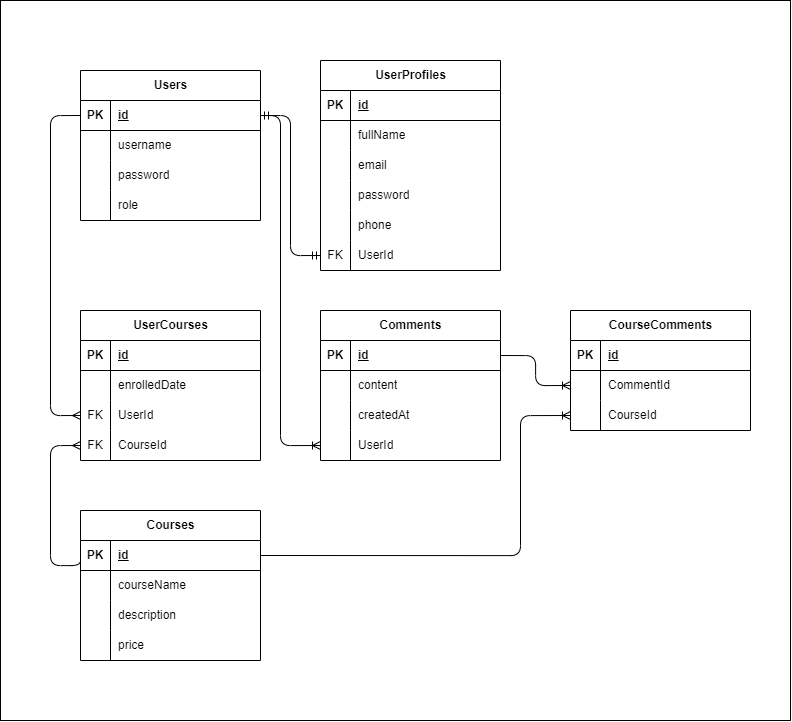
Before: erd.drawio.png, a diagram exported from draw.io (yoppp11/Hektip). Source tidied: cells renumbered, new cells last; positions are measured from the earlier drawing's top-left corner, leaving out a move shared by most shapes.
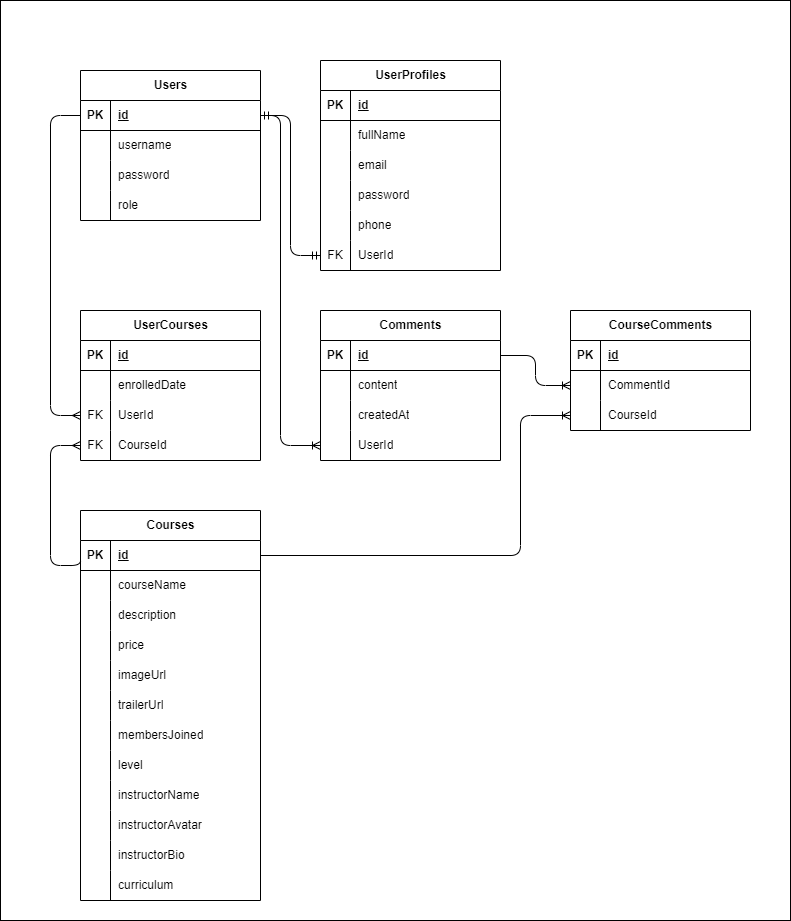
The same file after the commit.

Change to the diagram source:
```diff
@@ -3,7 +3,7 @@
     <mxCell id="0" />
     <mxCell id="1" parent="0" />
     <mxCell id="2" style="rounded=0;whiteSpace=wrap;html=1;" parent="1" vertex="1">
-      <mxGeometry width="790" height="720" as="geometry" />
+      <mxGeometry width="790" height="920" as="geometry" />
     </mxCell>
     <mxCell id="3" value="Users" style="shape=table;startSize=30;rowLines=0;fontStyle=1;align=center;html=1;" parent="1" vertex="1">
       <mxGeometry x="80" y="70" width="180" height="150" as="geometry" />
@@ -87,7 +87,7 @@
       <mxGeometry x="30" width="150" height="30" as="geometry" />
     </mxCell>
     <mxCell id="30" value="Courses" style="shape=table;startSize=30;rowLines=0;fontStyle=1;align=center;html=1;" parent="1" vertex="1">
-      <mxGeometry x="80" y="510" width="180" height="150" as="geometry" />
+      <mxGeometry x="80" y="510" width="180" height="390" as="geometry" />
     </mxCell>
     <mxCell id="31" style="shape=tableRow;horizontal=0;startSize=0;swimlaneHead=0;swimlaneBody=0;fillColor=none;points=[[0,0.5],[1,0.5]];portConstraint=eastwest;top=0;left=0;right=0;bottom=1;" parent="30" vertex="1">
       <mxGeometry y="30" width="180" height="30" as="geometry" />
@@ -125,6 +125,78 @@
     <mxCell id="42" value="price" style="shape=partialRectangle;fillColor=none;top=0;left=0;bottom=0;right=0;align=left;spacingLeft=6;overflow=hidden;whiteSpace=wrap;html=1;" parent="40" vertex="1">
       <mxGeometry x="30" width="150" height="30" as="geometry" />
     </mxCell>
+    <mxCell id="90" style="shape=tableRow;horizontal=0;startSize=0;swimlaneHead=0;swimlaneBody=0;fillColor=none;top=0;left=0;right=0;bottom=0;" parent="30" vertex="1">
+      <mxGeometry y="150" width="180" height="30" as="geometry" />
+    </mxCell>
+    <mxCell id="91" style="shape=partialRectangle;fillColor=none;top=0;left=0;bottom=0;right=0;overflow=hidden;whiteSpace=wrap;html=1;" parent="90" vertex="1">
+      <mxGeometry width="30" height="30" as="geometry" />
+    </mxCell>
+    <mxCell id="92" value="imageUrl" style="shape=partialRectangle;fillColor=none;top=0;left=0;bottom=0;right=0;align=left;spacingLeft=6;overflow=hidden;whiteSpace=wrap;html=1;" parent="90" vertex="1">
+      <mxGeometry x="30" width="150" height="30" as="geometry" />
+    </mxCell>
+    <mxCell id="93" style="shape=tableRow;horizontal=0;startSize=0;swimlaneHead=0;swimlaneBody=0;fillColor=none;top=0;left=0;right=0;bottom=0;" parent="30" vertex="1">
+      <mxGeometry y="180" width="180" height="30" as="geometry" />
+    </mxCell>
+    <mxCell id="94" style="shape=partialRectangle;fillColor=none;top=0;left=0;bottom=0;right=0;overflow=hidden;whiteSpace=wrap;html=1;" parent="93" vertex="1">
+      <mxGeometry width="30" height="30" as="geometry" />
+    </mxCell>
+    <mxCell id="95" value="trailerUrl" style="shape=partialRectangle;fillColor=none;top=0;left=0;bottom=0;right=0;align=left;spacingLeft=6;overflow=hidden;whiteSpace=wrap;html=1;" parent="93" vertex="1">
+      <mxGeometry x="30" width="150" height="30" as="geometry" />
+    </mxCell>
+    <mxCell id="96" style="shape=tableRow;horizontal=0;startSize=0;swimlaneHead=0;swimlaneBody=0;fillColor=none;top=0;left=0;right=0;bottom=0;" parent="30" vertex="1">
+      <mxGeometry y="210" width="180" height="30" as="geometry" />
+    </mxCell>
+    <mxCell id="97" style="shape=partialRectangle;fillColor=none;top=0;left=0;bottom=0;right=0;overflow=hidden;whiteSpace=wrap;html=1;" parent="96" vertex="1">
+      <mxGeometry width="30" height="30" as="geometry" />
+    </mxCell>
+    <mxCell id="98" value="membersJoined" style="shape=partialRectangle;fillColor=none;top=0;left=0;bottom=0;right=0;align=left;spacingLeft=6;overflow=hidden;whiteSpace=wrap;html=1;" parent="96" vertex="1">
+      <mxGeometry x="30" width="150" height="30" as="geometry" />
+    </mxCell>
+    <mxCell id="99" style="shape=tableRow;horizontal=0;startSize=0;swimlaneHead=0;swimlaneBody=0;fillColor=none;top=0;left=0;right=0;bottom=0;" parent="30" vertex="1">
+      <mxGeometry y="240" width="180" height="30" as="geometry" />
+    </mxCell>
+    <mxCell id="100" style="shape=partialRectangle;fillColor=none;top=0;left=0;bottom=0;right=0;overflow=hidden;whiteSpace=wrap;html=1;" parent="99" vertex="1">
+      <mxGeometry width="30" height="30" as="geometry" />
+    </mxCell>
+    <mxCell id="101" value="level" style="shape=partialRectangle;fillColor=none;top=0;left=0;bottom=0;right=0;align=left;spacingLeft=6;overflow=hidden;whiteSpace=wrap;html=1;" parent="99" vertex="1">
+      <mxGeometry x="30" width="150" height="30" as="geometry" />
+    </mxCell>
+    <mxCell id="102" style="shape=tableRow;horizontal=0;startSize=0;swimlaneHead=0;swimlaneBody=0;fillColor=none;top=0;left=0;right=0;bottom=0;" parent="30" vertex="1">
+      <mxGeometry y="270" width="180" height="30" as="geometry" />
+    </mxCell>
+    <mxCell id="103" style="shape=partialRectangle;fillColor=none;top=0;left=0;bottom=0;right=0;overflow=hidden;whiteSpace=wrap;html=1;" parent="102" vertex="1">
+      <mxGeometry width="30" height="30" as="geometry" />
+    </mxCell>
+    <mxCell id="104" value="instructorName" style="shape=partialRectangle;fillColor=none;top=0;left=0;bottom=0;right=0;align=left;spacingLeft=6;overflow=hidden;whiteSpace=wrap;html=1;" parent="102" vertex="1">
+      <mxGeometry x="30" width="150" height="30" as="geometry" />
+    </mxCell>
+    <mxCell id="105" style="shape=tableRow;horizontal=0;startSize=0;swimlaneHead=0;swimlaneBody=0;fillColor=none;top=0;left=0;right=0;bottom=0;" parent="30" vertex="1">
+      <mxGeometry y="300" width="180" height="30" as="geometry" />
+    </mxCell>
+    <mxCell id="106" style="shape=partialRectangle;fillColor=none;top=0;left=0;bottom=0;right=0;overflow=hidden;whiteSpace=wrap;html=1;" parent="105" vertex="1">
+      <mxGeometry width="30" height="30" as="geometry" />
+    </mxCell>
+    <mxCell id="107" value="instructorAvatar" style="shape=partialRectangle;fillColor=none;top=0;left=0;bottom=0;right=0;align=left;spacingLeft=6;overflow=hidden;whiteSpace=wrap;html=1;" parent="105" vertex="1">
+      <mxGeometry x="30" width="150" height="30" as="geometry" />
+    </mxCell>
+    <mxCell id="108" style="shape=tableRow;horizontal=0;startSize=0;swimlaneHead=0;swimlaneBody=0;fillColor=none;top=0;left=0;right=0;bottom=0;" parent="30" vertex="1">
+      <mxGeometry y="330" width="180" height="30" as="geometry" />
+    </mxCell>
+    <mxCell id="109" style="shape=partialRectangle;fillColor=none;top=0;left=0;bottom=0;right=0;overflow=hidden;whiteSpace=wrap;html=1;" parent="108" vertex="1">
+      <mxGeometry width="30" height="30" as="geometry" />
+    </mxCell>
+    <mxCell id="110" value="instructorBio" style="shape=partialRectangle;fillColor=none;top=0;left=0;bottom=0;right=0;align=left;spacingLeft=6;overflow=hidden;whiteSpace=wrap;html=1;" parent="108" vertex="1">
+      <mxGeometry x="30" width="150" height="30" as="geometry" />
+    </mxCell>
+    <mxCell id="111" style="shape=tableRow;horizontal=0;startSize=0;swimlaneHead=0;swimlaneBody=0;fillColor=none;top=0;left=0;right=0;bottom=0;" parent="30" vertex="1">
+      <mxGeometry y="360" width="180" height="30" as="geometry" />
+    </mxCell>
+    <mxCell id="112" style="shape=partialRectangle;fillColor=none;top=0;left=0;bottom=0;right=0;overflow=hidden;whiteSpace=wrap;html=1;" parent="111" vertex="1">
+      <mxGeometry width="30" height="30" as="geometry" />
+    </mxCell>
+    <mxCell id="113" value="curriculum" style="shape=partialRectangle;fillColor=none;top=0;left=0;bottom=0;right=0;align=left;spacingLeft=6;overflow=hidden;whiteSpace=wrap;html=1;" parent="111" vertex="1">
+      <mxGeometry x="30" width="150" height="30" as="geometry" />
+    </mxCell>
     <mxCell id="43" style="edgeStyle=orthogonalEdgeStyle;fontSize=12;html=1;endArrow=ERmany;exitX=0;exitY=0.5;exitDx=0;exitDy=0;entryX=0;entryY=0.5;entryDx=0;entryDy=0;" parent="1" edge="1" source="31" target="27">
       <mxGeometry relative="1" as="geometry">
         <Array as="points">
```
